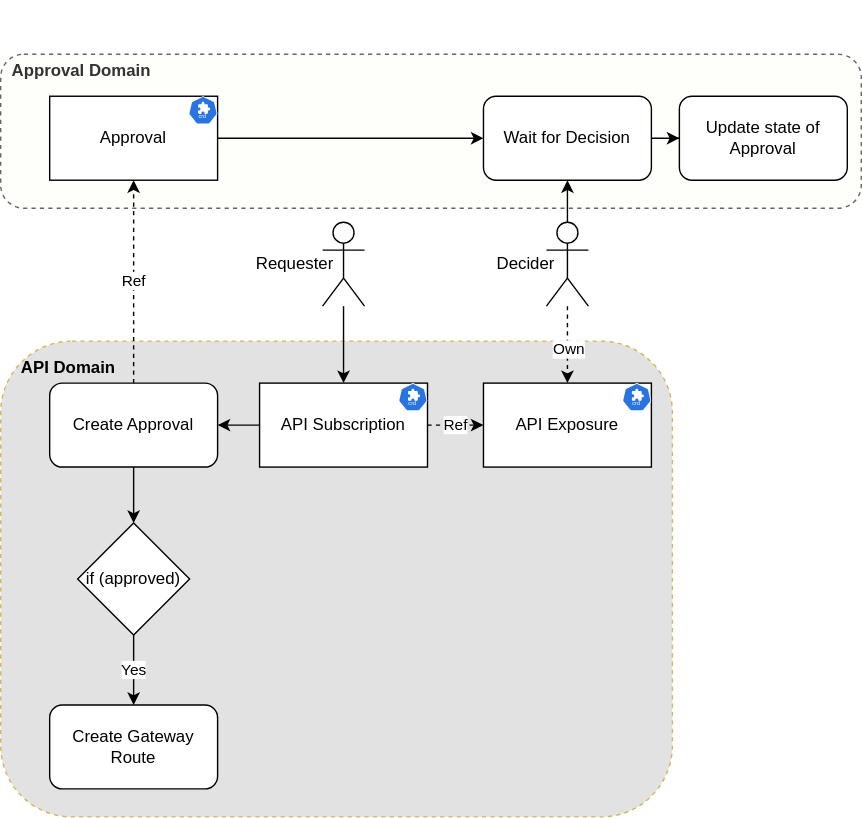
telekom/controlplane keeps this draw.io diagram as approval/docs/img/approval_domain_overview.drawio.svg. Above is the earlier version. Source tidied: cells renumbered, new cells last; positions are measured from the earlier drawing's top-left corner, leaving out a move shared by most shapes. Its diagram source:
```xml
<mxGraphModel background="#FFFFFF">
  <root>
    <mxCell id="0" />
    <mxCell id="1" parent="0" />
    <mxCell id="2" value="&lt;div&gt;&lt;span style=&quot;background-color: transparent; color: light-dark(rgb(0, 0, 0), rgb(255, 255, 255));&quot;&gt;&lt;b&gt;&amp;nbsp; &amp;nbsp; API Domain&lt;/b&gt;&lt;/span&gt;&lt;/div&gt;&lt;div&gt;&lt;span style=&quot;background-color: transparent; color: light-dark(rgb(0, 0, 0), rgb(255, 255, 255));&quot;&gt;&lt;b&gt;&lt;br&gt;&lt;/b&gt;&lt;/span&gt;&lt;/div&gt;&lt;div&gt;&lt;span style=&quot;background-color: transparent; color: light-dark(rgb(0, 0, 0), rgb(255, 255, 255));&quot;&gt;&lt;b&gt;&lt;br&gt;&lt;/b&gt;&lt;/span&gt;&lt;/div&gt;&lt;div&gt;&lt;span style=&quot;background-color: transparent; color: light-dark(rgb(0, 0, 0), rgb(255, 255, 255));&quot;&gt;&lt;b&gt;&lt;br&gt;&lt;/b&gt;&lt;/span&gt;&lt;/div&gt;&lt;div&gt;&lt;span style=&quot;background-color: transparent; color: light-dark(rgb(0, 0, 0), rgb(255, 255, 255));&quot;&gt;&lt;b&gt;&lt;br&gt;&lt;/b&gt;&lt;/span&gt;&lt;/div&gt;&lt;div&gt;&lt;span style=&quot;background-color: transparent; color: light-dark(rgb(0, 0, 0), rgb(255, 255, 255));&quot;&gt;&lt;b&gt;&lt;br&gt;&lt;/b&gt;&lt;/span&gt;&lt;/div&gt;&lt;div&gt;&lt;span style=&quot;background-color: transparent; color: light-dark(rgb(0, 0, 0), rgb(255, 255, 255));&quot;&gt;&lt;b&gt;&lt;br&gt;&lt;/b&gt;&lt;/span&gt;&lt;/div&gt;&lt;div&gt;&lt;span style=&quot;background-color: transparent; color: light-dark(rgb(0, 0, 0), rgb(255, 255, 255));&quot;&gt;&lt;b&gt;&lt;br&gt;&lt;/b&gt;&lt;/span&gt;&lt;/div&gt;&lt;div&gt;&lt;span style=&quot;background-color: transparent; color: light-dark(rgb(0, 0, 0), rgb(255, 255, 255));&quot;&gt;&lt;b&gt;&lt;br&gt;&lt;/b&gt;&lt;/span&gt;&lt;/div&gt;&lt;div&gt;&lt;span style=&quot;background-color: transparent; color: light-dark(rgb(0, 0, 0), rgb(255, 255, 255));&quot;&gt;&lt;b&gt;&lt;br&gt;&lt;/b&gt;&lt;/span&gt;&lt;/div&gt;&lt;div&gt;&lt;span style=&quot;background-color: transparent; color: light-dark(rgb(0, 0, 0), rgb(255, 255, 255));&quot;&gt;&lt;b&gt;&lt;br&gt;&lt;/b&gt;&lt;/span&gt;&lt;/div&gt;&lt;div&gt;&lt;span style=&quot;background-color: transparent; color: light-dark(rgb(0, 0, 0), rgb(255, 255, 255));&quot;&gt;&lt;b&gt;&lt;br&gt;&lt;/b&gt;&lt;/span&gt;&lt;/div&gt;&lt;div&gt;&lt;span style=&quot;background-color: transparent; color: light-dark(rgb(0, 0, 0), rgb(255, 255, 255));&quot;&gt;&lt;b&gt;&lt;br&gt;&lt;/b&gt;&lt;/span&gt;&lt;/div&gt;&lt;div&gt;&lt;span style=&quot;background-color: transparent; color: light-dark(rgb(0, 0, 0), rgb(255, 255, 255));&quot;&gt;&lt;b&gt;&lt;br&gt;&lt;/b&gt;&lt;/span&gt;&lt;/div&gt;&lt;div&gt;&lt;span style=&quot;background-color: transparent; color: light-dark(rgb(0, 0, 0), rgb(255, 255, 255));&quot;&gt;&lt;b&gt;&lt;br&gt;&lt;/b&gt;&lt;/span&gt;&lt;/div&gt;&lt;div&gt;&lt;span style=&quot;background-color: transparent; color: light-dark(rgb(0, 0, 0), rgb(255, 255, 255));&quot;&gt;&lt;b&gt;&lt;br&gt;&lt;/b&gt;&lt;/span&gt;&lt;/div&gt;&lt;div&gt;&lt;span style=&quot;background-color: transparent; color: light-dark(rgb(0, 0, 0), rgb(255, 255, 255));&quot;&gt;&lt;b&gt;&lt;br&gt;&lt;/b&gt;&lt;/span&gt;&lt;/div&gt;&lt;div&gt;&lt;span style=&quot;background-color: transparent; color: light-dark(rgb(0, 0, 0), rgb(255, 255, 255));&quot;&gt;&lt;b&gt;&lt;br&gt;&lt;/b&gt;&lt;/span&gt;&lt;/div&gt;&lt;div&gt;&lt;span style=&quot;background-color: transparent; color: light-dark(rgb(0, 0, 0), rgb(255, 255, 255));&quot;&gt;&lt;b&gt;&lt;br&gt;&lt;/b&gt;&lt;/span&gt;&lt;/div&gt;&lt;div&gt;&lt;span style=&quot;background-color: transparent; color: light-dark(rgb(0, 0, 0), rgb(255, 255, 255));&quot;&gt;&lt;b&gt;&lt;br&gt;&lt;/b&gt;&lt;/span&gt;&lt;/div&gt;&lt;div&gt;&lt;span style=&quot;background-color: transparent; color: light-dark(rgb(0, 0, 0), rgb(255, 255, 255));&quot;&gt;&lt;b&gt;&lt;br&gt;&lt;/b&gt;&lt;/span&gt;&lt;/div&gt;&lt;div&gt;&lt;br&gt;&lt;/div&gt;" style="rounded=1;whiteSpace=wrap;html=1;fillColor=#E2E2E2;strokeColor=#d6b656;dashed=1;fontFamily=Helvetica;align=left;" parent="1" vertex="1">
      <mxGeometry y="205" width="480" height="340" as="geometry" />
    </mxCell>
    <mxCell id="3" value="&lt;div&gt;&lt;b&gt;&lt;br&gt;&lt;/b&gt;&lt;/div&gt;&lt;b&gt;&lt;div&gt;&lt;b&gt;&lt;br&gt;&lt;/b&gt;&lt;/div&gt;&lt;div&gt;&lt;b&gt;&lt;br&gt;&lt;/b&gt;&lt;/div&gt;&amp;nbsp; Approval Domain&lt;/b&gt;&lt;div&gt;&lt;b&gt;&lt;br&gt;&lt;/b&gt;&lt;/div&gt;&lt;div&gt;&lt;b&gt;&lt;br&gt;&lt;/b&gt;&lt;/div&gt;&lt;div&gt;&lt;b&gt;&lt;br&gt;&lt;/b&gt;&lt;/div&gt;&lt;div&gt;&lt;b&gt;&lt;br&gt;&lt;/b&gt;&lt;/div&gt;&lt;div&gt;&lt;b&gt;&lt;br&gt;&lt;/b&gt;&lt;/div&gt;&lt;div&gt;&lt;b&gt;&lt;br&gt;&lt;/b&gt;&lt;/div&gt;&lt;div&gt;&lt;b&gt;&lt;br&gt;&lt;/b&gt;&lt;/div&gt;&lt;div&gt;&lt;b&gt;&lt;br&gt;&lt;/b&gt;&lt;/div&gt;&lt;div&gt;&lt;br&gt;&lt;/div&gt;" style="rounded=1;whiteSpace=wrap;html=1;fillColor=#FEFFFB;strokeColor=#666666;dashed=1;fontFamily=Helvetica;align=left;fontColor=#333333;" parent="1" vertex="1">
      <mxGeometry width="615" height="110" as="geometry" />
    </mxCell>
    <mxCell id="4" style="edgeStyle=orthogonalEdgeStyle;rounded=0;jettySize=auto;html=1;entryX=0.5;entryY=0;entryDx=0;entryDy=0;exitX=0.5;exitY=1;exitDx=0;exitDy=0;" parent="1" edge="1" source="18" target="13">
      <mxGeometry relative="1" as="geometry" />
    </mxCell>
    <mxCell id="5" style="edgeStyle=orthogonalEdgeStyle;rounded=0;jettySize=auto;html=1;entryX=1;entryY=0.5;entryDx=0;entryDy=0;" parent="1" edge="1" source="7" target="18">
      <mxGeometry relative="1" as="geometry" />
    </mxCell>
    <mxCell id="6" value="Ref" style="rounded=0;jettySize=auto;html=1;entryX=0;entryY=0.5;entryDx=0;entryDy=0;exitX=1;exitY=0.5;exitDx=0;exitDy=0;dashed=1;edgeStyle=orthogonalEdgeStyle;" parent="1" edge="1" source="7" target="23">
      <mxGeometry relative="1" as="geometry" />
    </mxCell>
    <mxCell id="7" value="API Subscription" style="rounded=0;whiteSpace=wrap;html=1;fontFamily=Helvetica;" parent="1" vertex="1">
      <mxGeometry x="185" y="235" width="120" height="60" as="geometry" />
    </mxCell>
    <mxCell id="8" style="edgeStyle=orthogonalEdgeStyle;rounded=0;jettySize=auto;html=1;entryX=0;entryY=0.5;entryDx=0;entryDy=0;" parent="1" edge="1" source="9" target="11">
      <mxGeometry relative="1" as="geometry" />
    </mxCell>
    <mxCell id="9" value="Approval" style="rounded=0;whiteSpace=wrap;html=1;fontFamily=Helvetica;" parent="1" vertex="1">
      <mxGeometry x="35" y="30" width="120" height="60" as="geometry" />
    </mxCell>
    <mxCell id="10" style="edgeStyle=orthogonalEdgeStyle;rounded=0;jettySize=auto;html=1;entryX=0;entryY=0.5;entryDx=0;entryDy=0;" parent="1" edge="1" source="11" target="24">
      <mxGeometry relative="1" as="geometry" />
    </mxCell>
    <mxCell id="11" value="Wait for Decision" style="rounded=1;whiteSpace=wrap;html=1;fontFamily=Helvetica;" parent="1" vertex="1">
      <mxGeometry x="345" y="30" width="120" height="60" as="geometry" />
    </mxCell>
    <mxCell id="12" value="Yes" style="edgeStyle=orthogonalEdgeStyle;rounded=0;jettySize=auto;html=1;entryX=0.5;entryY=0;entryDx=0;entryDy=0;" parent="1" edge="1" source="13" target="14">
      <mxGeometry relative="1" as="geometry" />
    </mxCell>
    <mxCell id="13" value="if (approved)" style="rhombus;whiteSpace=wrap;html=1;" parent="1" vertex="1">
      <mxGeometry x="55" y="335" width="80" height="80" as="geometry" />
    </mxCell>
    <mxCell id="14" value="Create Gateway Route" style="rounded=1;whiteSpace=wrap;html=1;fontFamily=Helvetica;" parent="1" vertex="1">
      <mxGeometry x="35" y="465" width="120" height="60" as="geometry" />
    </mxCell>
    <mxCell id="15" style="edgeStyle=orthogonalEdgeStyle;rounded=0;jettySize=auto;html=1;" parent="1" edge="1" source="16" target="7">
      <mxGeometry relative="1" as="geometry" />
    </mxCell>
    <mxCell id="16" style="shape=umlActor;verticalLabelPosition=bottom;verticalAlign=top;html=1;outlineConnect=0;fontFamily=Helvetica;" parent="1" vertex="1">
      <mxGeometry x="230" y="120" width="30" height="60" as="geometry" />
    </mxCell>
    <mxCell id="17" value="Ref" style="edgeStyle=orthogonalEdgeStyle;rounded=0;jettySize=auto;html=1;entryX=0.5;entryY=1;entryDx=0;entryDy=0;dashed=1;" parent="1" edge="1" source="18" target="9">
      <mxGeometry relative="1" as="geometry" />
    </mxCell>
    <mxCell id="18" value="Create Approval" style="rounded=1;whiteSpace=wrap;html=1;fontFamily=Helvetica;" parent="1" vertex="1">
      <mxGeometry x="35" y="235" width="120" height="60" as="geometry" />
    </mxCell>
    <mxCell id="19" style="edgeStyle=orthogonalEdgeStyle;rounded=0;jettySize=auto;html=1;dashed=1;" parent="1" edge="1" source="22" target="23">
      <mxGeometry relative="1" as="geometry" />
    </mxCell>
    <mxCell id="20" value="Own" style="edgeLabel;html=1;align=center;verticalAlign=middle;" parent="19" vertex="1">
      <mxGeometry y="1" relative="1" as="geometry">
        <mxPoint x="-1" y="2" as="offset" />
      </mxGeometry>
    </mxCell>
    <mxCell id="21" style="edgeStyle=orthogonalEdgeStyle;rounded=0;jettySize=auto;html=1;entryX=0.5;entryY=1;entryDx=0;entryDy=0;" parent="1" edge="1" source="22" target="11">
      <mxGeometry relative="1" as="geometry" />
    </mxCell>
    <mxCell id="22" style="shape=umlActor;verticalLabelPosition=bottom;verticalAlign=top;html=1;outlineConnect=0;" parent="1" vertex="1">
      <mxGeometry x="390" y="120" width="30" height="60" as="geometry" />
    </mxCell>
    <mxCell id="23" value="API Exposure" style="rounded=0;whiteSpace=wrap;html=1;fontFamily=Helvetica;" parent="1" vertex="1">
      <mxGeometry x="345" y="235" width="120" height="60" as="geometry" />
    </mxCell>
    <mxCell id="24" value="Update state of Approval" style="rounded=1;whiteSpace=wrap;html=1;fontFamily=Helvetica;" parent="1" vertex="1">
      <mxGeometry x="485" y="30" width="120" height="60" as="geometry" />
    </mxCell>
    <mxCell id="25" value="Requester" style="text;html=1;align=center;verticalAlign=middle;strokeColor=none;fillColor=none;" parent="1" vertex="1">
      <mxGeometry x="170" y="135" width="80" height="30" as="geometry" />
    </mxCell>
    <mxCell id="26" value="Decider" style="text;html=1;align=center;verticalAlign=middle;strokeColor=none;fillColor=none;" parent="1" vertex="1">
      <mxGeometry x="345" y="135" width="60" height="30" as="geometry" />
    </mxCell>
    <mxCell id="27" style="sketch=0;html=1;dashed=0;whitespace=wrap;fillColor=#2875E2;strokeColor=#ffffff;shape=mxgraph.kubernetes.icon2;kubernetesLabel=1;prIcon=crd;" parent="1" vertex="1">
      <mxGeometry x="134.2" y="30" width="20.8" height="20" as="geometry" />
    </mxCell>
    <mxCell id="28" style="sketch=0;html=1;dashed=0;whitespace=wrap;fillColor=#2875E2;strokeColor=#ffffff;shape=mxgraph.kubernetes.icon2;kubernetesLabel=1;prIcon=crd;" parent="1" vertex="1">
      <mxGeometry x="284.2" y="235" width="20.8" height="20" as="geometry" />
    </mxCell>
    <mxCell id="29" style="sketch=0;html=1;dashed=0;whitespace=wrap;fillColor=#2875E2;strokeColor=#ffffff;shape=mxgraph.kubernetes.icon2;kubernetesLabel=1;prIcon=crd;" parent="1" vertex="1">
      <mxGeometry x="444.2" y="235" width="20.8" height="20" as="geometry" />
    </mxCell>
  </root>
</mxGraphModel>
```
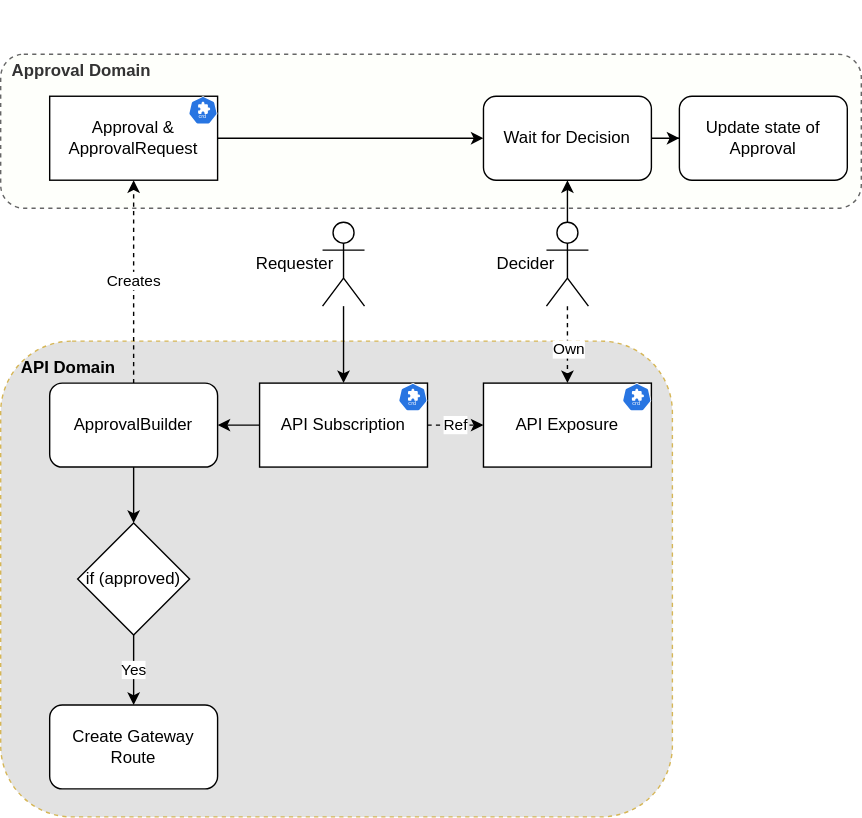
After the change.

Commit message:
docs: update README and diagram to clarify Approval and ApprovalRequest components and flow

What changed in the source:
```diff
@@ -23,7 +23,7 @@
     <mxCell id="8" style="edgeStyle=orthogonalEdgeStyle;rounded=0;jettySize=auto;html=1;entryX=0;entryY=0.5;entryDx=0;entryDy=0;" parent="1" edge="1" source="9" target="11">
       <mxGeometry relative="1" as="geometry" />
     </mxCell>
-    <mxCell id="9" value="Approval" style="rounded=0;whiteSpace=wrap;html=1;fontFamily=Helvetica;" parent="1" vertex="1">
+    <mxCell id="9" value="Approval &amp;amp; ApprovalRequest" style="rounded=0;whiteSpace=wrap;html=1;fontFamily=Helvetica;" parent="1" vertex="1">
       <mxGeometry x="35" y="30" width="120" height="60" as="geometry" />
     </mxCell>
     <mxCell id="10" style="edgeStyle=orthogonalEdgeStyle;rounded=0;jettySize=auto;html=1;entryX=0;entryY=0.5;entryDx=0;entryDy=0;" parent="1" edge="1" source="11" target="24">
@@ -47,10 +47,10 @@
     <mxCell id="16" style="shape=umlActor;verticalLabelPosition=bottom;verticalAlign=top;html=1;outlineConnect=0;fontFamily=Helvetica;" parent="1" vertex="1">
       <mxGeometry x="230" y="120" width="30" height="60" as="geometry" />
     </mxCell>
-    <mxCell id="17" value="Ref" style="edgeStyle=orthogonalEdgeStyle;rounded=0;jettySize=auto;html=1;entryX=0.5;entryY=1;entryDx=0;entryDy=0;dashed=1;" parent="1" edge="1" source="18" target="9">
+    <mxCell id="17" value="Creates" style="edgeStyle=orthogonalEdgeStyle;rounded=0;jettySize=auto;html=1;entryX=0.5;entryY=1;entryDx=0;entryDy=0;dashed=1;" parent="1" edge="1" source="18" target="9">
       <mxGeometry relative="1" as="geometry" />
     </mxCell>
-    <mxCell id="18" value="Create Approval" style="rounded=1;whiteSpace=wrap;html=1;fontFamily=Helvetica;" parent="1" vertex="1">
+    <mxCell id="18" value="ApprovalBuilder" style="rounded=1;whiteSpace=wrap;html=1;fontFamily=Helvetica;" parent="1" vertex="1">
       <mxGeometry x="35" y="235" width="120" height="60" as="geometry" />
     </mxCell>
     <mxCell id="19" style="edgeStyle=orthogonalEdgeStyle;rounded=0;jettySize=auto;html=1;dashed=1;" parent="1" edge="1" source="22" target="23">
```
